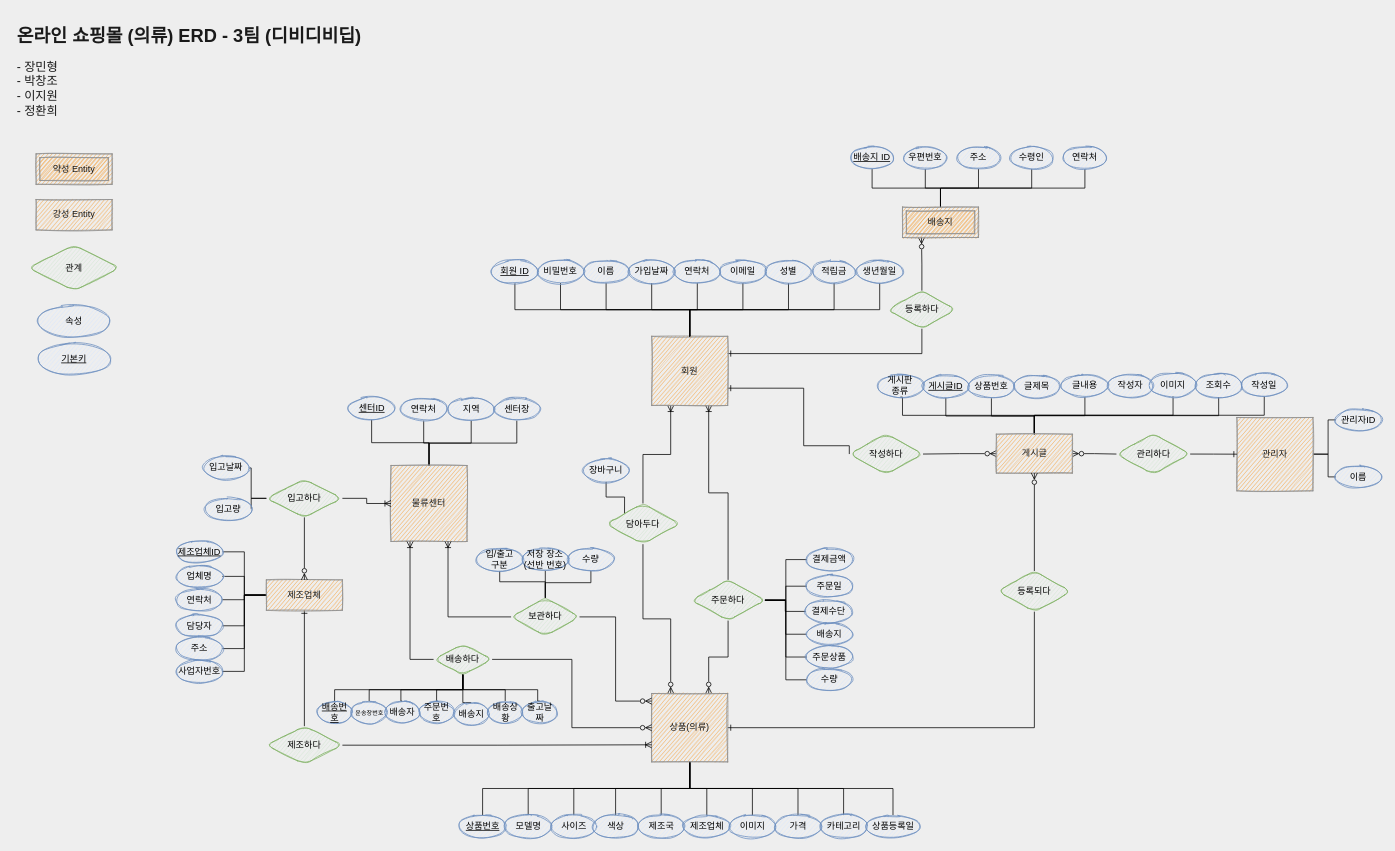
pcjo1202/DataBase-design keeps this draw.io diagram as page "새로만든ER" (3 of 3) of Untitled Diagram.drawio. Above is the earlier version. Source tidied: cells renumbered, new cells numbered last; positions are measured from the earlier drawing's top-left corner, leaving out a move shared by most shapes. Both pictures are drawn from the tidied source at 76%, with x=0, y=0 at pixel (13, 21).
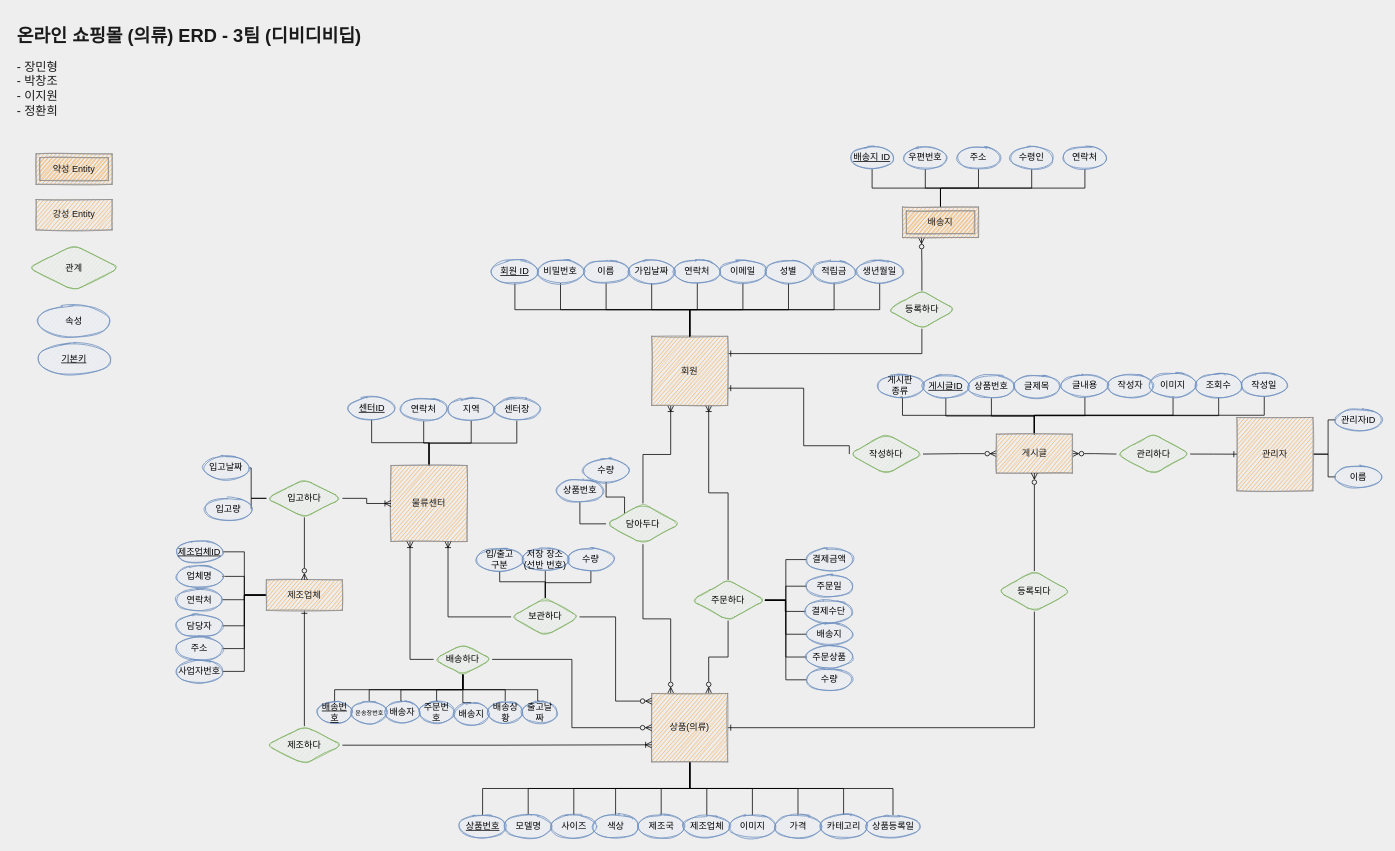
Above is the later version.

Commit message:
최원-상품 담아두다 관계에서 장바구니를 세분화

Unchanged cells that the change refers to:
```xml
<mxCell id="163" value="담아두다" style="shape=rhombus;perimeter=rhombusPerimeter;whiteSpace=wrap;html=1;align=center;fillColor=#d5e8d4;strokeColor=#82b366;sketch=1;rounded=1;" parent="1" vertex="1">
  <mxGeometry x="780" y="635" width="97" height="53.5" as="geometry" />
</mxCell>
```

Change to the diagram source:
```diff
@@
-    <mxCell id="162" value="장바구니" style="ellipse;whiteSpace=wrap;html=1;align=center;rounded=0;sketch=1;strokeColor=#6c8ebf;fillColor=#dae8fc;" parent="1" vertex="1">
+    <mxCell id="162" value="수량" style="ellipse;whiteSpace=wrap;html=1;align=center;rounded=0;sketch=1;strokeColor=#6c8ebf;fillColor=#dae8fc;" parent="1" vertex="1">
       <mxGeometry x="750" y="576.5" width="60" height="30" as="geometry" />
     </mxCell>
+    <mxCell id="173" style="edgeStyle=orthogonalEdgeStyle;rounded=0;jettySize=auto;html=1;exitX=0;exitY=0.5;exitDx=0;exitDy=0;entryX=0.5;entryY=1;entryDx=0;entryDy=0;endArrow=none;endFill=0;" parent="1" edge="1" source="163" target="174">
+      <mxGeometry relative="1" as="geometry" />
+    </mxCell>
@@
+    <mxCell id="174" value="상품번호" style="ellipse;whiteSpace=wrap;html=1;align=center;rounded=0;sketch=1;strokeColor=#6c8ebf;fillColor=#dae8fc;" parent="1" vertex="1">
+      <mxGeometry x="715.5" y="603.2" width="60" height="30" as="geometry" />
+    </mxCell>
```
